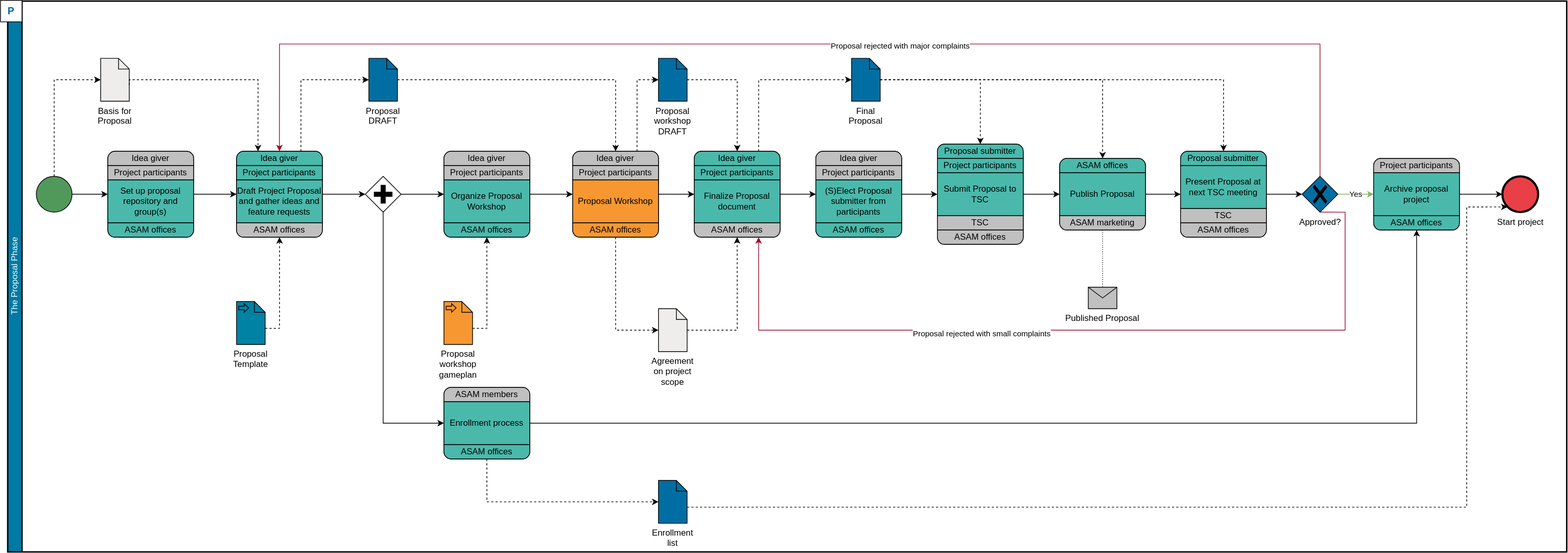
Earlier version of the draw.io export content/modules/compendium/assets/images/asam/proposal_phase_v2.drawio.svg (asam-ev/asam-project-guide-content). Source tidied: cells renumbered, new cells last; positions are measured from the earlier drawing's top-left corner, leaving out a move shared by most shapes.
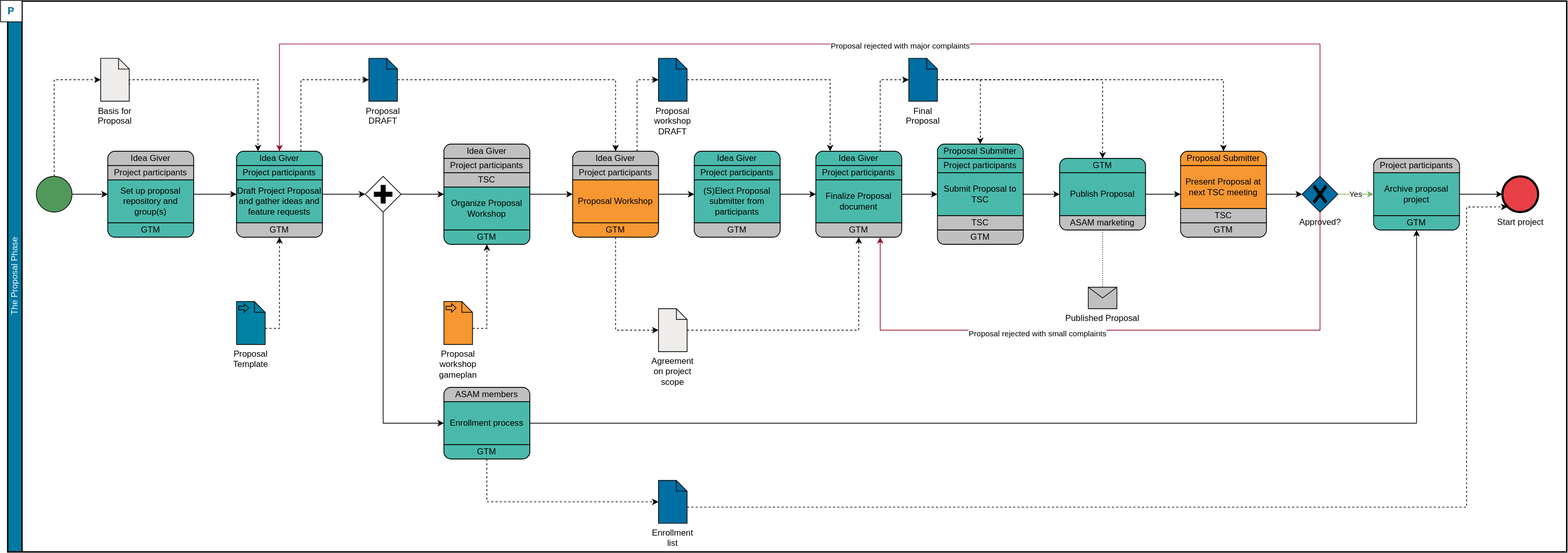
The same diagram one commit later.

The edit, as a diff of the source:
```diff
@@ -13,3 +13,3 @@
     </mxCell>
-    <mxCell id="5" value="Idea giver" style="whiteSpace=wrap;html=1;shape=mxgraph.basic.rect;size=10;rectStyle=rounded;bottomRightStyle=square;bottomLeftStyle=square;fillColor=#4AB9AB;" parent="4" vertex="1">
+    <mxCell id="5" value="Idea Giver" style="whiteSpace=wrap;html=1;shape=mxgraph.basic.rect;size=10;rectStyle=rounded;bottomRightStyle=square;bottomLeftStyle=square;fillColor=#4AB9AB;" parent="4" vertex="1">
       <mxGeometry width="120" height="20" as="geometry" />
@@ -22,3 +22,3 @@
     </mxCell>
-    <mxCell id="8" value="ASAM offices" style="whiteSpace=wrap;html=1;shape=mxgraph.basic.rect;size=10;rectStyle=rounded;topRightStyle=square;topLeftStyle=square;fillColor=#C0C0C0;" parent="4" vertex="1">
+    <mxCell id="8" value="GTM" style="whiteSpace=wrap;html=1;shape=mxgraph.basic.rect;size=10;rectStyle=rounded;topRightStyle=square;topLeftStyle=square;fillColor=#C0C0C0;" parent="4" vertex="1">
       <mxGeometry y="100" width="120" height="20" as="geometry" />
@@ -38,3 +38,3 @@
     <mxCell id="13" value="Final Proposal" style="shape=mxgraph.bpmn.data;labelPosition=center;verticalLabelPosition=bottom;align=center;verticalAlign=top;whiteSpace=wrap;size=15;html=1;fillColor=#006EA2;" parent="2" vertex="1">
-      <mxGeometry x="1180" y="80" width="40" height="60" as="geometry" />
+      <mxGeometry x="1260" y="80" width="40" height="60" as="geometry" />
     </mxCell>
@@ -61,3 +61,3 @@
     </mxCell>
-    <mxCell id="21" value="ASAM offices" style="whiteSpace=wrap;html=1;shape=mxgraph.basic.rect;size=10;rectStyle=rounded;topRightStyle=square;topLeftStyle=square;fillColor=#4AB9AB;" parent="18" vertex="1">
+    <mxCell id="21" value="GTM" style="whiteSpace=wrap;html=1;shape=mxgraph.basic.rect;size=10;rectStyle=rounded;topRightStyle=square;topLeftStyle=square;fillColor=#4AB9AB;" parent="18" vertex="1">
       <mxGeometry y="80" width="120" height="20" as="geometry" />
@@ -73,3 +73,3 @@
     </mxCell>
-    <mxCell id="25" value="ASAM offices" style="whiteSpace=wrap;html=1;shape=mxgraph.basic.rect;size=10;rectStyle=rounded;topRightStyle=square;topLeftStyle=square;fillColor=#4AB9AB;" parent="22" vertex="1">
+    <mxCell id="25" value="GTM" style="whiteSpace=wrap;html=1;shape=mxgraph.basic.rect;size=10;rectStyle=rounded;topRightStyle=square;topLeftStyle=square;fillColor=#4AB9AB;" parent="22" vertex="1">
       <mxGeometry y="80" width="120" height="20" as="geometry" />
@@ -84,9 +84,9 @@
     </mxCell>
-    <mxCell id="28" value="Draft Project Proposal, gather ideas and feature requests" style="rounded=1;whiteSpace=wrap;html=1;absoluteArcSize=1;arcSize=20;horizontal=1;fillColor=#4AB9AB;" parent="2" vertex="1">
+    <mxCell id="28" value="Draft Project Proposal, gather ideas and feature requests" style="rounded=1;whiteSpace=wrap;html=1;absoluteArcSize=1;arcSize=20;horizontal=1;fillColor=#F69731;" parent="2" vertex="1">
       <mxGeometry x="1640" y="210" width="120" height="120" as="geometry" />
     </mxCell>
-    <mxCell id="29" value="Proposal submitter" style="whiteSpace=wrap;html=1;shape=mxgraph.basic.rect;size=10;rectStyle=rounded;bottomRightStyle=square;bottomLeftStyle=square;fillColor=#4AB9AB;" parent="28" vertex="1">
+    <mxCell id="29" value="Proposal Submitter" style="whiteSpace=wrap;html=1;shape=mxgraph.basic.rect;size=10;rectStyle=rounded;bottomRightStyle=square;bottomLeftStyle=square;fillColor=#F69731;" parent="28" vertex="1">
       <mxGeometry width="120" height="20" as="geometry" />
     </mxCell>
-    <mxCell id="30" value="Present Proposal at next TSC meeting" style="shape=mxgraph.bpmn.task;taskMarker=abstract;whiteSpace=wrap;fillColor=#4AB9AB;" parent="28" vertex="1">
+    <mxCell id="30" value="Present Proposal at next TSC meeting" style="shape=mxgraph.bpmn.task;taskMarker=abstract;whiteSpace=wrap;fillColor=#F69731;" parent="28" vertex="1">
       <mxGeometry y="20" width="120" height="60" as="geometry" />
@@ -96,3 +96,3 @@
     </mxCell>
-    <mxCell id="32" value="ASAM offices" style="whiteSpace=wrap;html=1;shape=mxgraph.basic.rect;size=10;rectStyle=rounded;topRightStyle=square;topLeftStyle=square;fillColor=#C0C0C0;" parent="28" vertex="1">
+    <mxCell id="32" value="GTM" style="whiteSpace=wrap;html=1;shape=mxgraph.basic.rect;size=10;rectStyle=rounded;topRightStyle=square;topLeftStyle=square;fillColor=#C0C0C0;" parent="28" vertex="1">
       <mxGeometry y="100" width="120" height="20" as="geometry" />
@@ -105,3 +105,3 @@
     </mxCell>
-    <mxCell id="35" value="ASAM offices" style="whiteSpace=wrap;html=1;shape=mxgraph.basic.rect;size=10;rectStyle=rounded;bottomRightStyle=square;bottomLeftStyle=square;fillColor=#4AB9AB;" parent="34" vertex="1">
+    <mxCell id="35" value="GTM" style="whiteSpace=wrap;html=1;shape=mxgraph.basic.rect;size=10;rectStyle=rounded;bottomRightStyle=square;bottomLeftStyle=square;fillColor=#4AB9AB;" parent="34" vertex="1">
       <mxGeometry width="120" height="20" as="geometry" />
@@ -126,3 +126,3 @@
     </mxCell>
-    <mxCell id="42" value="Proposal submitter" style="whiteSpace=wrap;html=1;shape=mxgraph.basic.rect;size=10;rectStyle=rounded;bottomRightStyle=square;bottomLeftStyle=square;fillColor=#4AB9AB;" parent="41" vertex="1">
+    <mxCell id="42" value="Proposal Submitter" style="whiteSpace=wrap;html=1;shape=mxgraph.basic.rect;size=10;rectStyle=rounded;bottomRightStyle=square;bottomLeftStyle=square;fillColor=#4AB9AB;" parent="41" vertex="1">
       <mxGeometry width="120" height="20" as="geometry" />
@@ -138,3 +138,3 @@
     </mxCell>
-    <mxCell id="46" value="ASAM offices" style="whiteSpace=wrap;html=1;shape=mxgraph.basic.rect;size=10;rectStyle=rounded;topRightStyle=square;topLeftStyle=square;fillColor=#C0C0C0;" parent="41" vertex="1">
+    <mxCell id="46" value="GTM" style="whiteSpace=wrap;html=1;shape=mxgraph.basic.rect;size=10;rectStyle=rounded;topRightStyle=square;topLeftStyle=square;fillColor=#C0C0C0;" parent="41" vertex="1">
       <mxGeometry y="120" width="120" height="20" as="geometry" />
@@ -144,18 +144,3 @@
     </mxCell>
-    <mxCell id="48" value="Draft Project Proposal, gather ideas and feature requests" style="rounded=1;whiteSpace=wrap;html=1;absoluteArcSize=1;arcSize=20;horizontal=1;fillColor=#4AB9AB;" parent="2" vertex="1">
-      <mxGeometry x="1130" y="210" width="120" height="120" as="geometry" />
-    </mxCell>
-    <mxCell id="49" value="Idea giver" style="whiteSpace=wrap;html=1;shape=mxgraph.basic.rect;size=10;rectStyle=rounded;bottomRightStyle=square;bottomLeftStyle=square;fillColor=#C0C0C0;" parent="48" vertex="1">
-      <mxGeometry width="120" height="20" as="geometry" />
-    </mxCell>
-    <mxCell id="50" value="Project participants" style="shape=mxgraph.bpmn.task;taskMarker=abstract;rectStyle=square;whiteSpace=wrap;fillColor=#C0C0C0;" parent="48" vertex="1">
-      <mxGeometry y="20" width="120" height="20" as="geometry" />
-    </mxCell>
-    <mxCell id="51" value="(S)Elect Proposal submitter from participants" style="shape=mxgraph.bpmn.task;taskMarker=abstract;whiteSpace=wrap;fillColor=#4AB9AB;" parent="48" vertex="1">
-      <mxGeometry y="40" width="120" height="60" as="geometry" />
-    </mxCell>
-    <mxCell id="52" value="ASAM offices" style="whiteSpace=wrap;html=1;shape=mxgraph.basic.rect;size=10;rectStyle=rounded;topRightStyle=square;topLeftStyle=square;fillColor=#4AB9AB;" parent="48" vertex="1">
-      <mxGeometry y="100" width="120" height="20" as="geometry" />
-    </mxCell>
-    <mxCell id="53" style="edgeStyle=orthogonalEdgeStyle;rounded=0;jettySize=auto;html=1;exitX=1;exitY=0.5;exitDx=0;exitDy=0;entryX=0;entryY=0.5;entryDx=0;entryDy=0;" parent="2" edge="1" source="48" target="41">
+    <mxCell id="53" style="edgeStyle=orthogonalEdgeStyle;rounded=0;jettySize=auto;html=1;entryX=0;entryY=0.5;entryDx=0;entryDy=0;" parent="2" edge="1" source="54" target="41">
       <mxGeometry relative="1" as="geometry" />
@@ -163,5 +148,5 @@
     <mxCell id="54" value="Draft Project Proposal, gather ideas and feature requests" style="rounded=1;whiteSpace=wrap;html=1;absoluteArcSize=1;arcSize=20;horizontal=1;fillColor=#4AB9AB;" parent="2" vertex="1">
-      <mxGeometry x="960" y="210" width="120" height="120" as="geometry" />
+      <mxGeometry x="1130" y="210" width="120" height="120" as="geometry" />
     </mxCell>
-    <mxCell id="55" value="Idea giver" style="whiteSpace=wrap;html=1;shape=mxgraph.basic.rect;size=10;rectStyle=rounded;bottomRightStyle=square;bottomLeftStyle=square;fillColor=#4AB9AB;" parent="54" vertex="1">
+    <mxCell id="55" value="Idea Giver" style="whiteSpace=wrap;html=1;shape=mxgraph.basic.rect;size=10;rectStyle=rounded;bottomRightStyle=square;bottomLeftStyle=square;fillColor=#4AB9AB;" parent="54" vertex="1">
       <mxGeometry width="120" height="20" as="geometry" />
@@ -174,8 +159,5 @@
     </mxCell>
-    <mxCell id="58" value="ASAM offices" style="whiteSpace=wrap;html=1;shape=mxgraph.basic.rect;size=10;rectStyle=rounded;topRightStyle=square;topLeftStyle=square;fillColor=#C0C0C0;" parent="54" vertex="1">
+    <mxCell id="58" value="GTM" style="whiteSpace=wrap;html=1;shape=mxgraph.basic.rect;size=10;rectStyle=rounded;topRightStyle=square;topLeftStyle=square;fillColor=#C0C0C0;" parent="54" vertex="1">
       <mxGeometry y="100" width="120" height="20" as="geometry" />
     </mxCell>
-    <mxCell id="59" style="edgeStyle=orthogonalEdgeStyle;rounded=0;jettySize=auto;html=1;exitX=1;exitY=0.5;exitDx=0;exitDy=0;" parent="2" edge="1" source="54" target="48">
-      <mxGeometry relative="1" as="geometry" />
-    </mxCell>
     <mxCell id="60" style="edgeStyle=orthogonalEdgeStyle;rounded=0;jettySize=auto;html=1;exitX=0.5;exitY=1;exitDx=0;exitDy=0;exitPerimeter=0;entryX=0.75;entryY=1;entryDx=0;entryDy=0;strokeColor=#960E2B;" parent="2" edge="1" source="26" target="54">
@@ -183,5 +165,4 @@
         <Array as="points">
-          <mxPoint x="1870" y="295" />
-          <mxPoint x="1870" y="460" />
-          <mxPoint x="1050" y="460" />
+          <mxPoint x="1835" y="460" />
+          <mxPoint x="1220" y="460" />
         </Array>
@@ -195,3 +176,3 @@
     </mxCell>
-    <mxCell id="63" value="Idea giver" style="whiteSpace=wrap;html=1;shape=mxgraph.basic.rect;size=10;rectStyle=rounded;bottomRightStyle=square;bottomLeftStyle=square;fillColor=#C0C0C0;" parent="62" vertex="1">
+    <mxCell id="63" value="Idea Giver" style="whiteSpace=wrap;html=1;shape=mxgraph.basic.rect;size=10;rectStyle=rounded;bottomRightStyle=square;bottomLeftStyle=square;fillColor=#C0C0C0;" parent="62" vertex="1">
       <mxGeometry width="120" height="20" as="geometry" />
@@ -204,3 +185,3 @@
     </mxCell>
-    <mxCell id="66" value="ASAM offices" style="whiteSpace=wrap;html=1;shape=mxgraph.basic.rect;size=10;rectStyle=rounded;topRightStyle=square;topLeftStyle=square;fillColor=#F69731;" parent="62" vertex="1">
+    <mxCell id="66" value="GTM" style="whiteSpace=wrap;html=1;shape=mxgraph.basic.rect;size=10;rectStyle=rounded;topRightStyle=square;topLeftStyle=square;fillColor=#F69731;" parent="62" vertex="1">
       <mxGeometry y="100" width="120" height="20" as="geometry" />
@@ -210,3 +191,3 @@
     </mxCell>
-    <mxCell id="68" style="edgeStyle=orthogonalEdgeStyle;rounded=0;jettySize=auto;html=1;exitX=1;exitY=0.5;exitDx=0;exitDy=0;" parent="2" edge="1" source="62" target="54">
+    <mxCell id="68" style="edgeStyle=orthogonalEdgeStyle;rounded=0;jettySize=auto;html=1;" parent="2" edge="1" source="48" target="54">
       <mxGeometry relative="1" as="geometry" />
@@ -220,5 +201,5 @@
     <mxCell id="71" value="Draft Project Proposal, gather ideas and feature requests" style="rounded=1;whiteSpace=wrap;html=1;absoluteArcSize=1;arcSize=20;horizontal=1;fillColor=#4AB9AB;" parent="2" vertex="1">
-      <mxGeometry x="610" y="210" width="120" height="120" as="geometry" />
+      <mxGeometry x="610" y="200" width="120" height="140" as="geometry" />
     </mxCell>
-    <mxCell id="72" value="Idea giver" style="whiteSpace=wrap;html=1;shape=mxgraph.basic.rect;size=10;rectStyle=rounded;bottomRightStyle=square;bottomLeftStyle=square;fillColor=#C0C0C0;" parent="71" vertex="1">
+    <mxCell id="72" value="Idea Giver" style="whiteSpace=wrap;html=1;shape=mxgraph.basic.rect;size=10;rectStyle=rounded;bottomRightStyle=square;bottomLeftStyle=square;fillColor=#C0C0C0;" parent="71" vertex="1">
       <mxGeometry width="120" height="20" as="geometry" />
@@ -228,7 +209,10 @@
     </mxCell>
+    <mxCell id="106" value="TSC" style="shape=mxgraph.bpmn.task;taskMarker=abstract;rectStyle=square;whiteSpace=wrap;fillColor=#C0C0C0;" parent="71" vertex="1">
+      <mxGeometry y="40" width="120" height="20" as="geometry" />
+    </mxCell>
     <mxCell id="74" value="Organize Proposal Workshop" style="shape=mxgraph.bpmn.task;taskMarker=abstract;whiteSpace=wrap;fillColor=#4AB9AB;" parent="71" vertex="1">
-      <mxGeometry y="40" width="120" height="60" as="geometry" />
+      <mxGeometry y="60" width="120" height="60" as="geometry" />
     </mxCell>
-    <mxCell id="75" value="ASAM offices" style="whiteSpace=wrap;html=1;shape=mxgraph.basic.rect;size=10;rectStyle=rounded;topRightStyle=square;topLeftStyle=square;fillColor=#4AB9AB;" parent="71" vertex="1">
-      <mxGeometry y="100" width="120" height="20" as="geometry" />
+    <mxCell id="75" value="GTM" style="whiteSpace=wrap;html=1;shape=mxgraph.basic.rect;size=10;rectStyle=rounded;topRightStyle=square;topLeftStyle=square;fillColor=#4AB9AB;" parent="71" vertex="1">
+      <mxGeometry y="120" width="120" height="20" as="geometry" />
     </mxCell>
@@ -267,3 +251,7 @@
     <mxCell id="85" style="edgeStyle=orthogonalEdgeStyle;rounded=0;jettySize=auto;html=1;entryX=0.5;entryY=0;entryDx=0;entryDy=0;dashed=1;" parent="2" edge="1" source="13" target="41">
-      <mxGeometry relative="1" as="geometry" />
+      <mxGeometry relative="1" as="geometry">
+        <Array as="points">
+          <mxPoint x="1360" y="110" />
+        </Array>
+      </mxGeometry>
     </mxCell>
@@ -284,3 +272,3 @@
         <Array as="points">
-          <mxPoint x="1020" y="110" />
+          <mxPoint x="1150" y="110" />
         </Array>
@@ -318,3 +306,3 @@
     </mxCell>
-    <mxCell id="98" value="Idea giver" style="whiteSpace=wrap;html=1;shape=mxgraph.basic.rect;size=10;rectStyle=rounded;bottomRightStyle=square;bottomLeftStyle=square;fillColor=#C0C0C0;" parent="97" vertex="1">
+    <mxCell id="98" value="Idea Giver" style="whiteSpace=wrap;html=1;shape=mxgraph.basic.rect;size=10;rectStyle=rounded;bottomRightStyle=square;bottomLeftStyle=square;fillColor=#C0C0C0;" parent="97" vertex="1">
       <mxGeometry width="120" height="20" as="geometry" />
@@ -327,3 +315,3 @@
     </mxCell>
-    <mxCell id="101" value="ASAM offices" style="whiteSpace=wrap;html=1;shape=mxgraph.basic.rect;size=10;rectStyle=rounded;topRightStyle=square;topLeftStyle=square;fillColor=#4AB9AB;rounded=1;arcSize=20;" parent="97" vertex="1">
+    <mxCell id="101" value="GTM" style="whiteSpace=wrap;html=1;shape=mxgraph.basic.rect;size=10;rectStyle=rounded;topRightStyle=square;topLeftStyle=square;fillColor=#4AB9AB;rounded=1;arcSize=20;" parent="97" vertex="1">
       <mxGeometry y="100" width="120" height="20" as="geometry" />
@@ -342,3 +330,3 @@
         <Array as="points">
-          <mxPoint x="2040" y="707" />
+          <mxPoint x="2040" y="708" />
           <mxPoint x="2040" y="288" />
@@ -347,2 +335,20 @@
     </mxCell>
+    <mxCell id="48" value="Draft Project Proposal, gather ideas and feature requests" style="rounded=1;whiteSpace=wrap;html=1;absoluteArcSize=1;arcSize=20;horizontal=1;fillColor=#4AB9AB;" parent="2" vertex="1">
+      <mxGeometry x="960" y="210" width="120" height="120" as="geometry" />
+    </mxCell>
+    <mxCell id="107" value="Idea Giver" style="whiteSpace=wrap;html=1;shape=mxgraph.basic.rect;size=10;rectStyle=rounded;bottomRightStyle=square;bottomLeftStyle=square;fillColor=#4AB9AB;" parent="48" vertex="1">
+      <mxGeometry width="120" height="20" as="geometry" />
+    </mxCell>
+    <mxCell id="50" value="Project participants" style="shape=mxgraph.bpmn.task;taskMarker=abstract;rectStyle=square;whiteSpace=wrap;fillColor=#4AB9AB;" parent="48" vertex="1">
+      <mxGeometry y="20" width="120" height="20" as="geometry" />
+    </mxCell>
+    <mxCell id="51" value="(S)Elect Proposal submitter from participants" style="shape=mxgraph.bpmn.task;taskMarker=abstract;whiteSpace=wrap;fillColor=#4AB9AB;" parent="48" vertex="1">
+      <mxGeometry y="40" width="120" height="60" as="geometry" />
+    </mxCell>
+    <mxCell id="108" value="GTM" style="whiteSpace=wrap;html=1;shape=mxgraph.basic.rect;size=10;rectStyle=rounded;topRightStyle=square;topLeftStyle=square;fillColor=#C0C0C0;" parent="48" vertex="1">
+      <mxGeometry y="100" width="120" height="20" as="geometry" />
+    </mxCell>
+    <mxCell id="109" style="edgeStyle=orthogonalEdgeStyle;rounded=0;jettySize=auto;html=1;" parent="2" edge="1" source="62" target="48">
+      <mxGeometry relative="1" as="geometry" />
+    </mxCell>
   </root>
```
